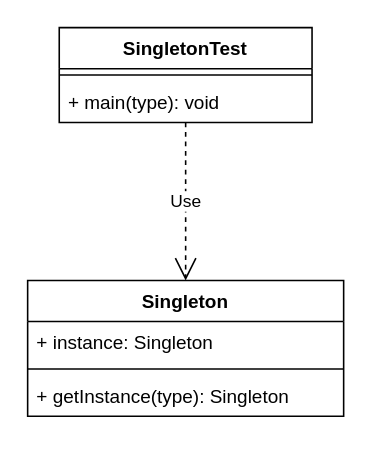
Above: design-pattern/src/main/resources/singleton.drawio in Jackson-zhanganbing/spring-test (draw.io), before the change. Source tidied: cells renumbered, new cells numbered last; positions are measured from the earlier drawing's top-left corner, leaving out a move shared by most shapes. Both pictures are drawn from the tidied source at 158%, with x=0, y=0 at pixel (27, 27).
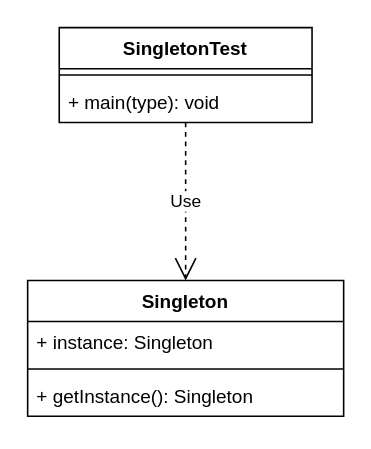
After the change.

The edit, as a diff of the source:
```diff
@@
 <mxGraphModel>
   <root>
     <mxCell id="0" />
     <mxCell id="1" parent="0" />
     <mxCell id="2" value="Singleton" style="swimlane;fontStyle=1;align=center;verticalAlign=top;horizontal=1;startSize=26;" parent="1" vertex="1">
       <mxGeometry y="160" width="200" height="86" as="geometry" />
     </mxCell>
     <mxCell id="3" value="+ instance: Singleton" style="text;strokeColor=none;fillColor=none;align=left;verticalAlign=top;spacingLeft=4;spacingRight=4;overflow=hidden;" parent="2" vertex="1">
       <mxGeometry y="26" width="200" height="26" as="geometry" />
     </mxCell>
     <mxCell id="4" style="line;strokeWidth=1;fillColor=none;align=left;verticalAlign=middle;spacingTop=-1;spacingLeft=3;spacingRight=3;labelPosition=right;" parent="2" vertex="1">
       <mxGeometry y="52" width="200" height="8" as="geometry" />
     </mxCell>
-    <mxCell id="5" value="+ getInstance(type): Singleton" style="text;strokeColor=none;fillColor=none;align=left;verticalAlign=top;spacingLeft=4;spacingRight=4;overflow=hidden;" parent="2" vertex="1">
+    <mxCell id="5" value="+ getInstance(): Singleton" style="text;strokeColor=none;fillColor=none;align=left;verticalAlign=top;spacingLeft=4;spacingRight=4;overflow=hidden;" parent="2" vertex="1">
       <mxGeometry y="60" width="200" height="26" as="geometry" />
     </mxCell>
     <mxCell id="6" value="SingletonTest" style="swimlane;fontStyle=1;align=center;verticalAlign=top;horizontal=1;startSize=26;" parent="1" vertex="1">
       <mxGeometry x="20" width="160" height="60" as="geometry" />
     </mxCell>
     <mxCell id="7" style="line;strokeWidth=1;fillColor=none;align=left;verticalAlign=middle;spacingTop=-1;spacingLeft=3;spacingRight=3;labelPosition=right;" parent="6" vertex="1">
       <mxGeometry y="26" width="160" height="8" as="geometry" />
     </mxCell>
     <mxCell id="8" value="+ main(type): void" style="text;strokeColor=none;fillColor=none;align=left;verticalAlign=top;spacingLeft=4;spacingRight=4;overflow=hidden;points=[[0,0.5],[1,0.5]];portConstraint=eastwest;" parent="6" vertex="1">
       <mxGeometry y="34" width="160" height="26" as="geometry" />
     </mxCell>
     <mxCell id="9" value="Use" style="endArrow=open;endSize=12;dashed=1;html=1;exitX=0.5;exitY=1;exitDx=0;exitDy=0;exitPerimeter=0;entryX=0.5;entryY=0;entryDx=0;entryDy=0;" parent="1" edge="1" source="8" target="2">
       <mxGeometry relative="1" as="geometry" />
     </mxCell>
   </root>
 </mxGraphModel>
```
